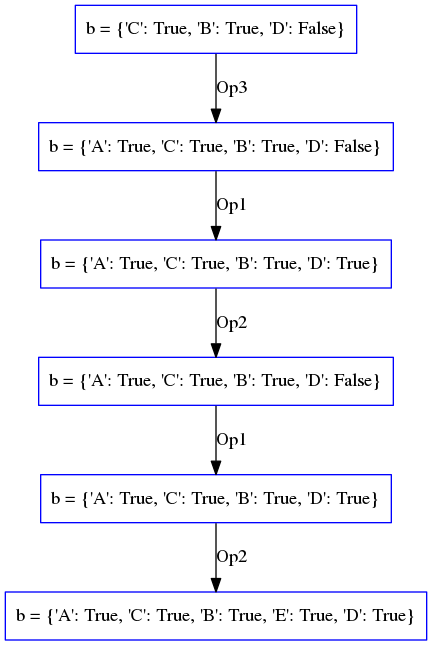
The Graphviz diagram hpngraph.png in mendes-jose/task-planning, before a commit. Its source is kept beside it as hpngraph.dot. Its diagram source:
```dot
digraph hpnTree {
	b_0 [label="b = {'C': True, 'B': True, 'D': False}", shape=box, color=blue]
	b_1 [label="b = {'A': True, 'C': True, 'B': True, 'D': False}", shape=box, color=blue]
	b_0 -> b_1[label="Op3"]
	b_2 [label="b = {'A': True, 'C': True, 'B': True, 'D': True}", shape=box, color=blue]
	b_1 -> b_2[label="Op1"]
	b_3 [label="b = {'A': True, 'C': True, 'B': True, 'D': False}", shape=box, color=blue]
	b_2 -> b_3[label="Op2"]
	b_4 [label="b = {'A': True, 'C': True, 'B': True, 'D': True}", shape=box, color=blue]
	b_3 -> b_4[label="Op1"]
	b_5 [label="b = {'A': True, 'C': True, 'B': True, 'E': True, 'D': True}", shape=box, color=blue]
	b_4 -> b_5[label="Op2"]
}
```
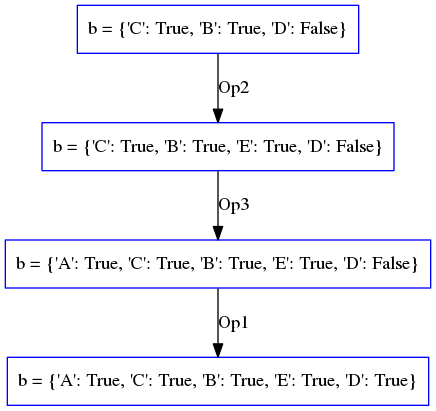
After the change.

Change to the diagram source:
```diff
@@ -1,13 +1,9 @@
 digraph hpnTree {
 	b_0 [label="b = {'C': True, 'B': True, 'D': False}", shape=box, color=blue]
-	b_1 [label="b = {'A': True, 'C': True, 'B': True, 'D': False}", shape=box, color=blue]
-	b_0 -> b_1[label="Op3"]
-	b_2 [label="b = {'A': True, 'C': True, 'B': True, 'D': True}", shape=box, color=blue]
-	b_1 -> b_2[label="Op1"]
-	b_3 [label="b = {'A': True, 'C': True, 'B': True, 'D': False}", shape=box, color=blue]
-	b_2 -> b_3[label="Op2"]
-	b_4 [label="b = {'A': True, 'C': True, 'B': True, 'D': True}", shape=box, color=blue]
-	b_3 -> b_4[label="Op1"]
-	b_5 [label="b = {'A': True, 'C': True, 'B': True, 'E': True, 'D': True}", shape=box, color=blue]
-	b_4 -> b_5[label="Op2"]
+	b_1 [label="b = {'C': True, 'B': True, 'E': True, 'D': False}", shape=box, color=blue]
+	b_0 -> b_1[label="Op2"]
+	b_2 [label="b = {'A': True, 'C': True, 'B': True, 'E': True, 'D': False}", shape=box, color=blue]
+	b_1 -> b_2[label="Op3"]
+	b_3 [label="b = {'A': True, 'C': True, 'B': True, 'E': True, 'D': True}", shape=box, color=blue]
+	b_2 -> b_3[label="Op1"]
 }
```
